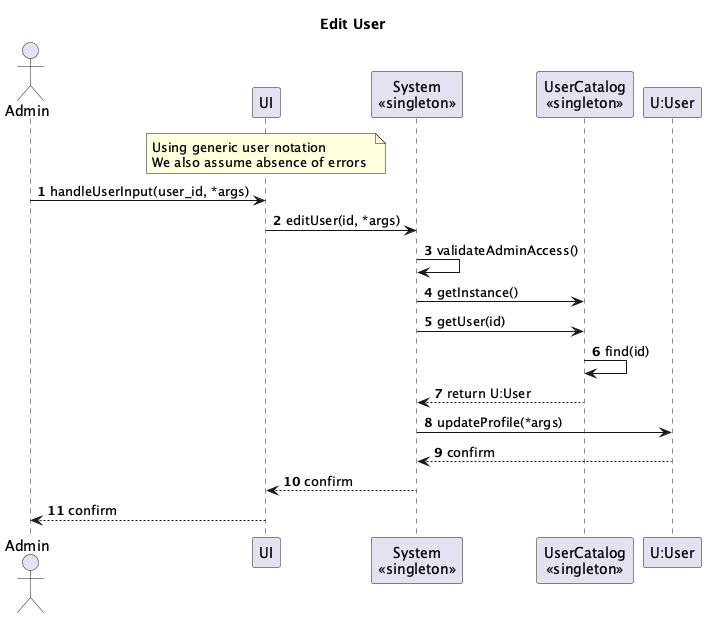
vibqetowi/soen-342-project keeps this PlantUML diagram as System-Diagrams/UML Interaction/Admin/Admin-Interaction-Diagrams_002.png. Above is the earlier version.
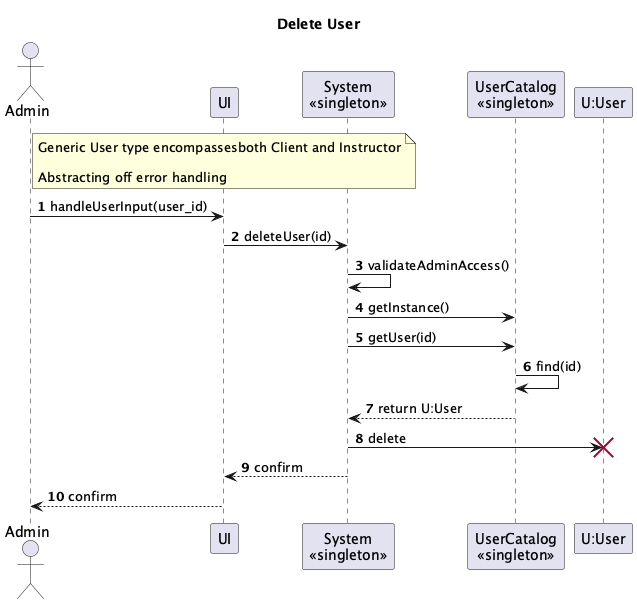
Later version of the same file.

Change to the diagram source:
```diff
@@ -6,25 +6,24 @@
 participant "U:User" as User
 
 note over UI
-Using generic user notation
-We also assume absence of errors
+Generic User type encompassesboth Client and Instructor
+
+Abstracting off error handling
 end note
 
-title Edit User
+title Delete User
 
 autonumber
 
-Admin -> UI: handleUserInput(user_id, *args)
-UI -> System: editUser(id, *args)
-
+Admin -> UI: handleUserInput(user_id)
+UI -> System: deleteUser(id)
 System -> System: validateAdminAccess()
 System -> UserCatalog: getInstance()
 System -> UserCatalog: getUser(id)
 UserCatalog -> UserCatalog: find(id)
 UserCatalog --> System: return U:User
-
-System -> User: updateProfile(*args)
-User --> System: confirm
+System -> User !!: delete
 System --> UI: confirm
 UI --> Admin: confirm
+
 @enduml
```
